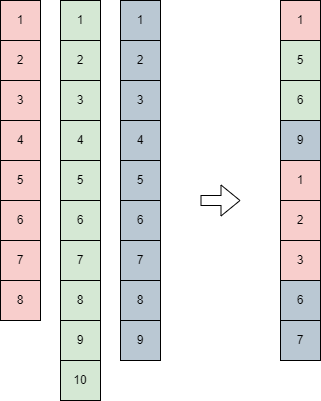
The draw.io diagram example.png in simonesarti/PDFcomposer, before a commit. Source tidied: cells renumbered, new cells last; positions are measured from the earlier drawing's top-left corner, leaving out a move shared by most shapes.
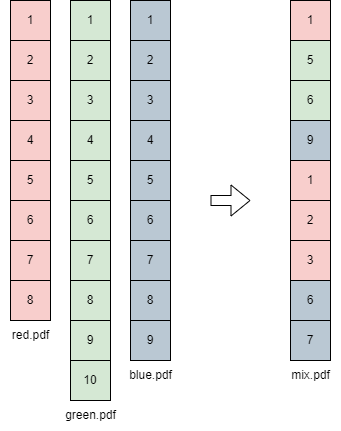
Later version of the same file.

Diff of the diagram source:
```diff
@@ -86,7 +86,7 @@
     <mxCell id="29" value="9" style="whiteSpace=wrap;html=1;fillColor=#bac8d3;strokeColor=#000000;" parent="1" vertex="1">
       <mxGeometry x="280" y="120" width="40" height="40" as="geometry" />
     </mxCell>
-    <mxCell id="30" style="shape=flexArrow;endArrow=classic;html=1;rounded=0;" parent="1" edge="1">
+    <mxCell id="30" style="shape=flexArrow;endArrow=classic;html=1;rounded=0;fillColor=#FFFFFF;" parent="1" edge="1">
       <mxGeometry relative="1" as="geometry">
         <mxPoint x="200" y="200" as="sourcePoint" />
         <mxPoint x="240" y="200" as="targetPoint" />
@@ -116,5 +116,17 @@
     <mxCell id="38" value="7" style="whiteSpace=wrap;html=1;fillColor=#bac8d3;strokeColor=#000000;" parent="1" vertex="1">
       <mxGeometry x="280" y="320" width="40" height="40" as="geometry" />
     </mxCell>
+    <mxCell id="39" value="red.pdf" style="text;html=1;align=center;verticalAlign=middle;strokeColor=none;fillColor=none;" parent="1" vertex="1">
+      <mxGeometry x="-10" y="320" width="60" height="30" as="geometry" />
+    </mxCell>
+    <mxCell id="40" value="green.pdf" style="text;html=1;align=center;verticalAlign=middle;strokeColor=none;fillColor=none;" parent="1" vertex="1">
+      <mxGeometry x="45" y="400" width="70" height="30" as="geometry" />
+    </mxCell>
+    <mxCell id="41" value="blue.pdf" style="text;html=1;align=center;verticalAlign=middle;strokeColor=none;fillColor=none;" parent="1" vertex="1">
+      <mxGeometry x="105" y="360" width="70" height="30" as="geometry" />
+    </mxCell>
+    <mxCell id="42" value="mix.pdf" style="text;html=1;align=center;verticalAlign=middle;strokeColor=none;fillColor=none;" parent="1" vertex="1">
+      <mxGeometry x="270" y="360" width="60" height="30" as="geometry" />
+    </mxCell>
   </root>
 </mxGraphModel>
```
